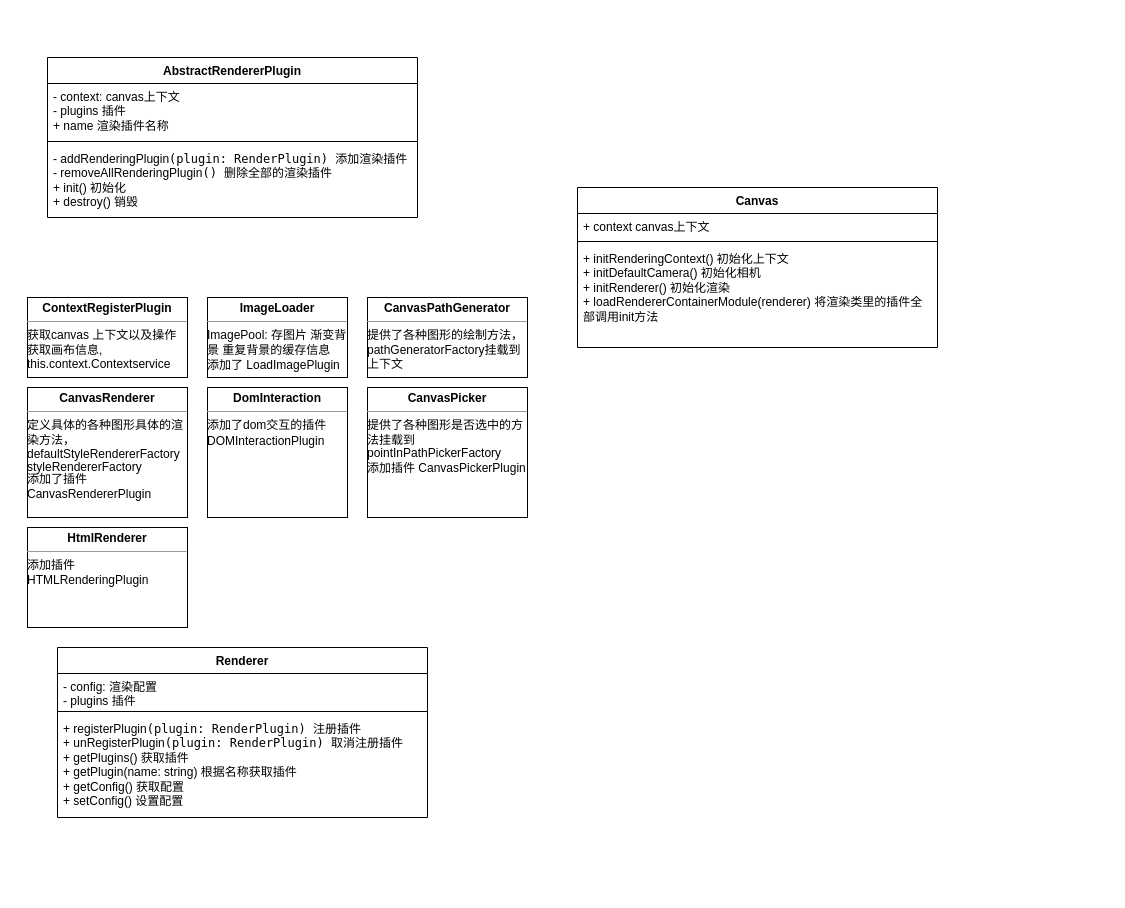
This is antv.drawio from Alex-Li2018/flow-chart, a draw.io file, before an edit. Source tidied: cells renumbered, new cells numbered last; positions are measured from the earlier drawing's top-left corner, leaving out a move shared by most shapes. Both pictures are drawn from the tidied source at 100%, with x=0, y=0 at pixel (27, 57).
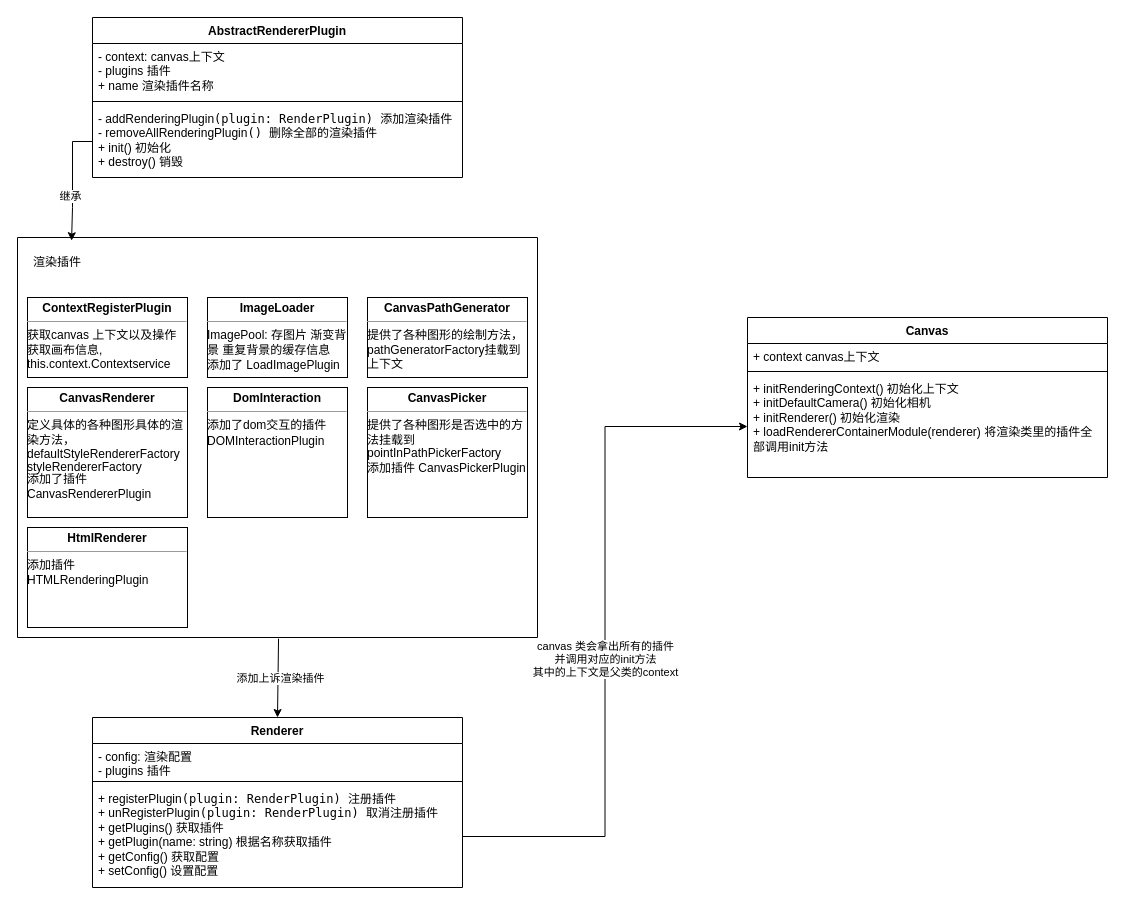
Above is the later version.

The change refers to these unchanged cells:
```xml
<mxCell id="5" value="+&amp;nbsp;registerPlugin&lt;font face=&quot;Menlo, Monaco, Courier New, monospace&quot;&gt;(plugin: RenderPlugin)&amp;nbsp;&lt;/font&gt;注册插件&lt;br&gt;+ unRegisterPlugin&lt;font style=&quot;border-color: var(--border-color);&quot; face=&quot;Menlo, Monaco, Courier New, monospace&quot;&gt;(plugin: RenderPlugin) 取消&lt;/font&gt;注册插件&lt;br&gt;+ getPlugins() 获取插件&lt;br&gt;+ getPlugin(name: string) 根据名称获取插件&lt;br&gt;+ getConfig() 获取配置&lt;br&gt;+ setConfig() 设置配置" style="text;strokeColor=none;fillColor=none;align=left;verticalAlign=top;spacingLeft=4;spacingRight=4;overflow=hidden;points=[[0,0.5],[1,0.5]];portConstraint=eastwest;whiteSpace=wrap;html=1;" parent="2" vertex="1">
  <mxGeometry y="68" width="370" height="102" as="geometry" />
</mxCell>
<mxCell id="9" value="- addRenderingPlugin&lt;font face=&quot;Menlo, Monaco, Courier New, monospace&quot;&gt;(plugin: RenderPlugin) 添加渲染&lt;/font&gt;插件&lt;br&gt;- removeAllRenderingPlugin&lt;font style=&quot;border-color: var(--border-color);&quot; face=&quot;Menlo, Monaco, Courier New, monospace&quot;&gt;() 删除全部的渲染&lt;/font&gt;插件&lt;br&gt;+ init() 初始化&lt;br&gt;+ destroy() 销毁" style="text;strokeColor=none;fillColor=none;align=left;verticalAlign=top;spacingLeft=4;spacingRight=4;overflow=hidden;points=[[0,0.5],[1,0.5]];portConstraint=eastwest;whiteSpace=wrap;html=1;" parent="6" vertex="1">
  <mxGeometry y="88" width="370" height="72" as="geometry" />
</mxCell>
<mxCell id="13" value="+ initRenderingContext() 初始化上下文&lt;br&gt;+ initDefaultCamera() 初始化相机&lt;br&gt;+ initRenderer() 初始化渲染&lt;br&gt;+ loadRendererContainerModule(renderer) 将渲染类里的插件全部调用init方法&amp;nbsp;&amp;nbsp;" style="text;strokeColor=none;fillColor=none;align=left;verticalAlign=top;spacingLeft=4;spacingRight=4;overflow=hidden;points=[[0,0.5],[1,0.5]];portConstraint=eastwest;whiteSpace=wrap;html=1;" parent="10" vertex="1">
  <mxGeometry y="58" width="360" height="102" as="geometry" />
</mxCell>
```

The edit, as a diff of the source:
```diff
@@
+    <mxCell id="21" style="verticalLabelPosition=bottom;verticalAlign=top;html=1;shape=mxgraph.basic.rect;fillColor2=none;strokeWidth=1;size=20;indent=5;" parent="1" vertex="1">
+      <mxGeometry x="-10" y="180" width="520" height="400" as="geometry" />
+    </mxCell>
     <mxCell id="2" value="Renderer" style="swimlane;fontStyle=1;align=center;verticalAlign=top;horizontal=1;startSize=26;whiteSpace=wrap;html=1;" parent="1" vertex="1">
-      <mxGeometry x="30" y="590" width="370" height="170" as="geometry" />
+      <mxGeometry x="65" y="660" width="370" height="170" as="geometry" />
     </mxCell>
@@
     <mxCell id="6" value="AbstractRendererPlugin" style="swimlane;fontStyle=1;align=center;verticalAlign=top;horizontal=1;startSize=26;whiteSpace=wrap;html=1;" parent="1" vertex="1">
-      <mxGeometry x="20" width="370" height="160" as="geometry" />
+      <mxGeometry x="65" y="-40" width="370" height="160" as="geometry" />
     </mxCell>
@@
     <mxCell id="10" value="Canvas" style="swimlane;fontStyle=1;align=center;verticalAlign=top;horizontal=1;startSize=26;whiteSpace=wrap;html=1;" parent="1" vertex="1">
-      <mxGeometry x="550" y="130" width="360" height="160" as="geometry" />
+      <mxGeometry x="720" y="260" width="360" height="160" as="geometry" />
     </mxCell>
@@
+    <mxCell id="22" value="渲染插件" style="text;html=1;strokeColor=none;fillColor=none;align=center;verticalAlign=middle;whiteSpace=wrap;rounded=0;" parent="1" vertex="1">
+      <mxGeometry y="190" width="60" height="30" as="geometry" />
+    </mxCell>
+    <mxCell id="23" style="edgeStyle=orthogonalEdgeStyle;rounded=0;jettySize=auto;html=1;exitX=0;exitY=0.5;exitDx=0;exitDy=0;entryX=0.104;entryY=0.008;entryDx=0;entryDy=0;entryPerimeter=0;" parent="1" edge="1" source="9" target="21">
+      <mxGeometry relative="1" as="geometry" />
+    </mxCell>
+    <mxCell id="24" value="继承" style="edgeLabel;html=1;align=center;verticalAlign=middle;" parent="23" vertex="1">
+      <mxGeometry x="0.23" y="-3" relative="1" as="geometry" />
+    </mxCell>
+    <mxCell id="25" style="endArrow=classic;html=1;rounded=0;exitX=0.502;exitY=1.003;exitDx=0;exitDy=0;exitPerimeter=0;entryX=0.5;entryY=0;entryDx=0;entryDy=0;" parent="1" edge="1" source="21" target="2">
+      <mxGeometry relative="1" as="geometry" />
+    </mxCell>
+    <mxCell id="26" value="添加上诉渲染插件" style="edgeLabel;html=1;align=center;verticalAlign=middle;" parent="25" vertex="1">
+      <mxGeometry x="-0.02" y="2" relative="1" as="geometry" />
+    </mxCell>
+    <mxCell id="27" style="edgeStyle=orthogonalEdgeStyle;rounded=0;jettySize=auto;html=1;exitX=1;exitY=0.5;exitDx=0;exitDy=0;entryX=0;entryY=0.5;entryDx=0;entryDy=0;" parent="1" edge="1" source="5" target="13">
+      <mxGeometry relative="1" as="geometry" />
+    </mxCell>
+    <mxCell id="28" value="canvas 类会拿出所有的插件&lt;br&gt;并调用对应的init方法&lt;br&gt;其中的上下文是父类的context" style="edgeLabel;html=1;align=center;verticalAlign=middle;" parent="27" vertex="1">
+      <mxGeometry x="-0.08" y="1" relative="1" as="geometry">
+        <mxPoint x="1" as="offset" />
+      </mxGeometry>
+    </mxCell>
```
